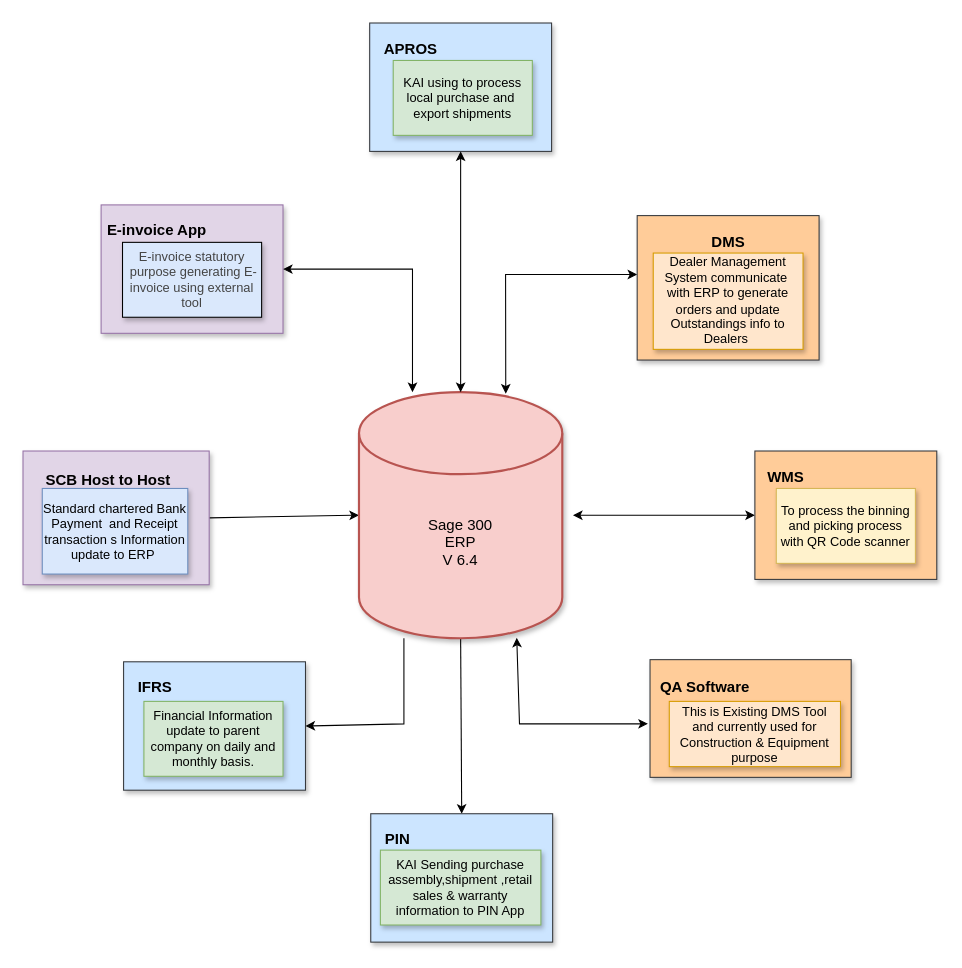
Above: Accpac Flow.drawio in Gowthamguru/demo (draw.io), before the change. Source tidied: cells renumbered, new cells numbered last; positions are measured from the earlier drawing's top-left corner, leaving out a move shared by most shapes. Both pictures are drawn from the tidied source at 107%, with x=0, y=0 at pixel (22, 22).
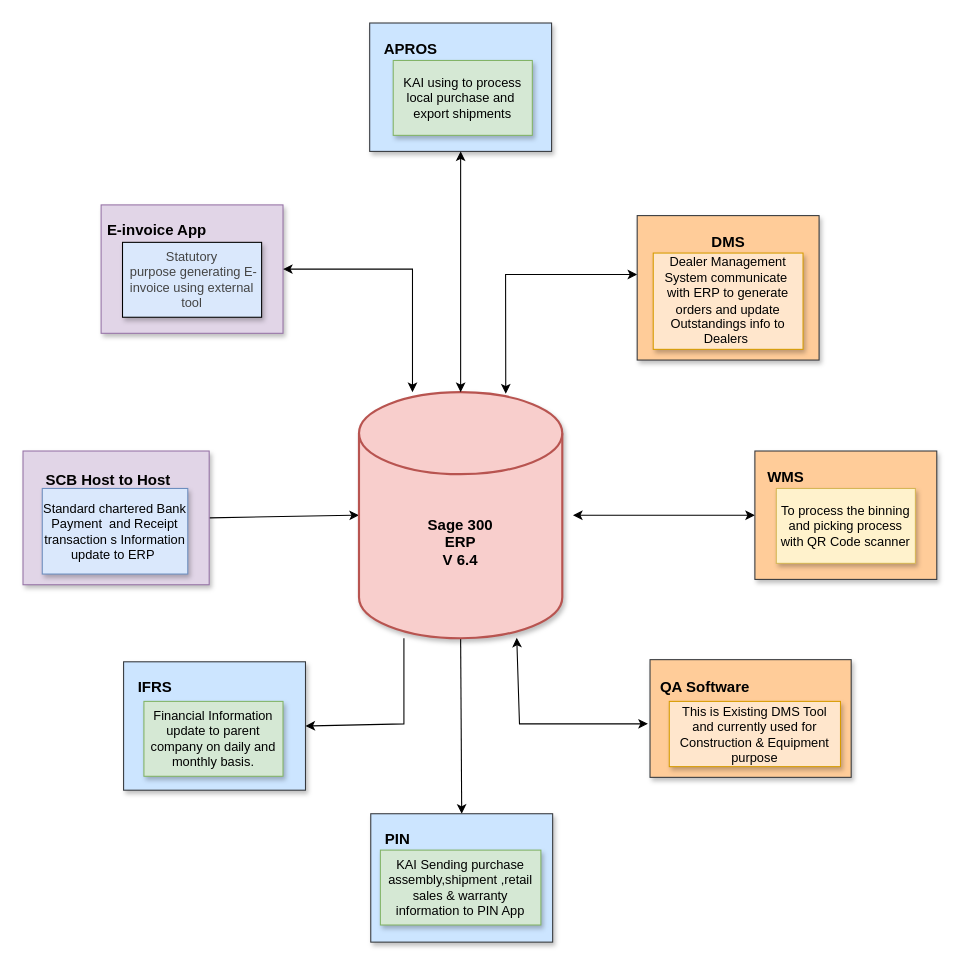
Above is the later version.

What changed in the source:
```diff
@@
-    <mxCell id="8" value="&lt;span style=&quot;text-align: left&quot;&gt;&lt;font style=&quot;font-size: 12px&quot;&gt;&lt;font color=&quot;#444444&quot; style=&quot;font-size: 12px&quot;&gt;E-invoice statutory&lt;/font&gt;&lt;br&gt;&lt;font color=&quot;#444444&quot; style=&quot;font-size: 12px&quot;&gt;&amp;nbsp;purpose generating E-invoice using external tool&lt;/font&gt;&lt;/font&gt;&lt;/span&gt;" style="rounded=0;whiteSpace=wrap;html=1;shadow=1;strokeColor=default;fillColor=#dae8fc;" parent="1" vertex="1">
+    <mxCell id="8" value="&lt;span style=&quot;text-align: left&quot;&gt;&lt;font style=&quot;font-size: 12px&quot;&gt;&lt;font color=&quot;#444444&quot; style=&quot;font-size: 12px&quot;&gt;Statutory&lt;/font&gt;&lt;br&gt;&lt;font color=&quot;#444444&quot; style=&quot;font-size: 12px&quot;&gt;&amp;nbsp;purpose generating E-invoice using external tool&lt;/font&gt;&lt;/font&gt;&lt;/span&gt;" style="rounded=0;whiteSpace=wrap;html=1;shadow=1;strokeColor=default;fillColor=#dae8fc;" parent="1" vertex="1">
       <mxGeometry x="93" y="205" width="130" height="70" as="geometry" />
     </mxCell>
@@
-    <mxCell id="11" value="&lt;font style=&quot;font-size: 14px&quot;&gt;&lt;span&gt;&lt;br&gt;&lt;br&gt;&lt;/span&gt;&lt;br&gt;&lt;span&gt;Sage 300&lt;/span&gt;&lt;br&gt;&lt;span&gt;ERP&lt;/span&gt;&lt;br&gt;&lt;span&gt;V 6.4&lt;/span&gt;&lt;/font&gt;" style="strokeWidth=2;html=1;shape=mxgraph.flowchart.database;whiteSpace=wrap;shadow=1;fillColor=#f8cecc;strokeColor=#b85450;" parent="1" vertex="1">
+    <mxCell id="11" value="&lt;font style=&quot;font-size: 14px&quot;&gt;&lt;b&gt;&lt;span&gt;&lt;br&gt;&lt;br&gt;&lt;/span&gt;&lt;br&gt;&lt;span&gt;Sage 300&lt;/span&gt;&lt;br&gt;&lt;span&gt;ERP&lt;/span&gt;&lt;br&gt;&lt;span&gt;V 6.4&lt;/span&gt;&lt;/b&gt;&lt;/font&gt;" style="strokeWidth=2;html=1;shape=mxgraph.flowchart.database;whiteSpace=wrap;shadow=1;fillColor=#f8cecc;strokeColor=#b85450;" parent="1" vertex="1">
       <mxGeometry x="314" y="345" width="190" height="230" as="geometry" />
     </mxCell>
```
